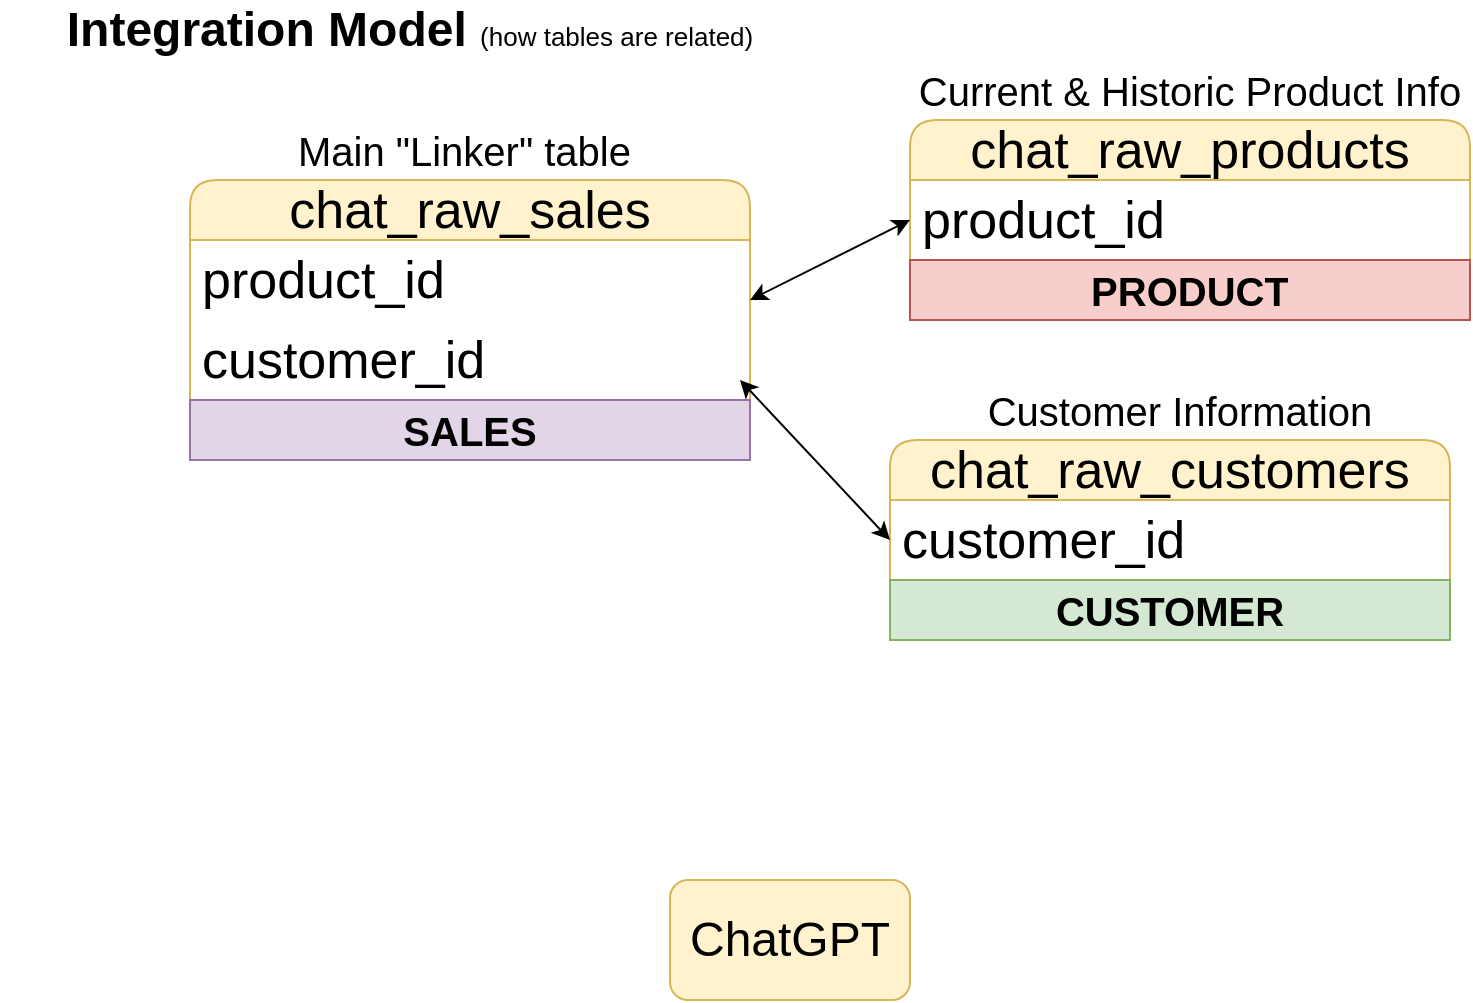
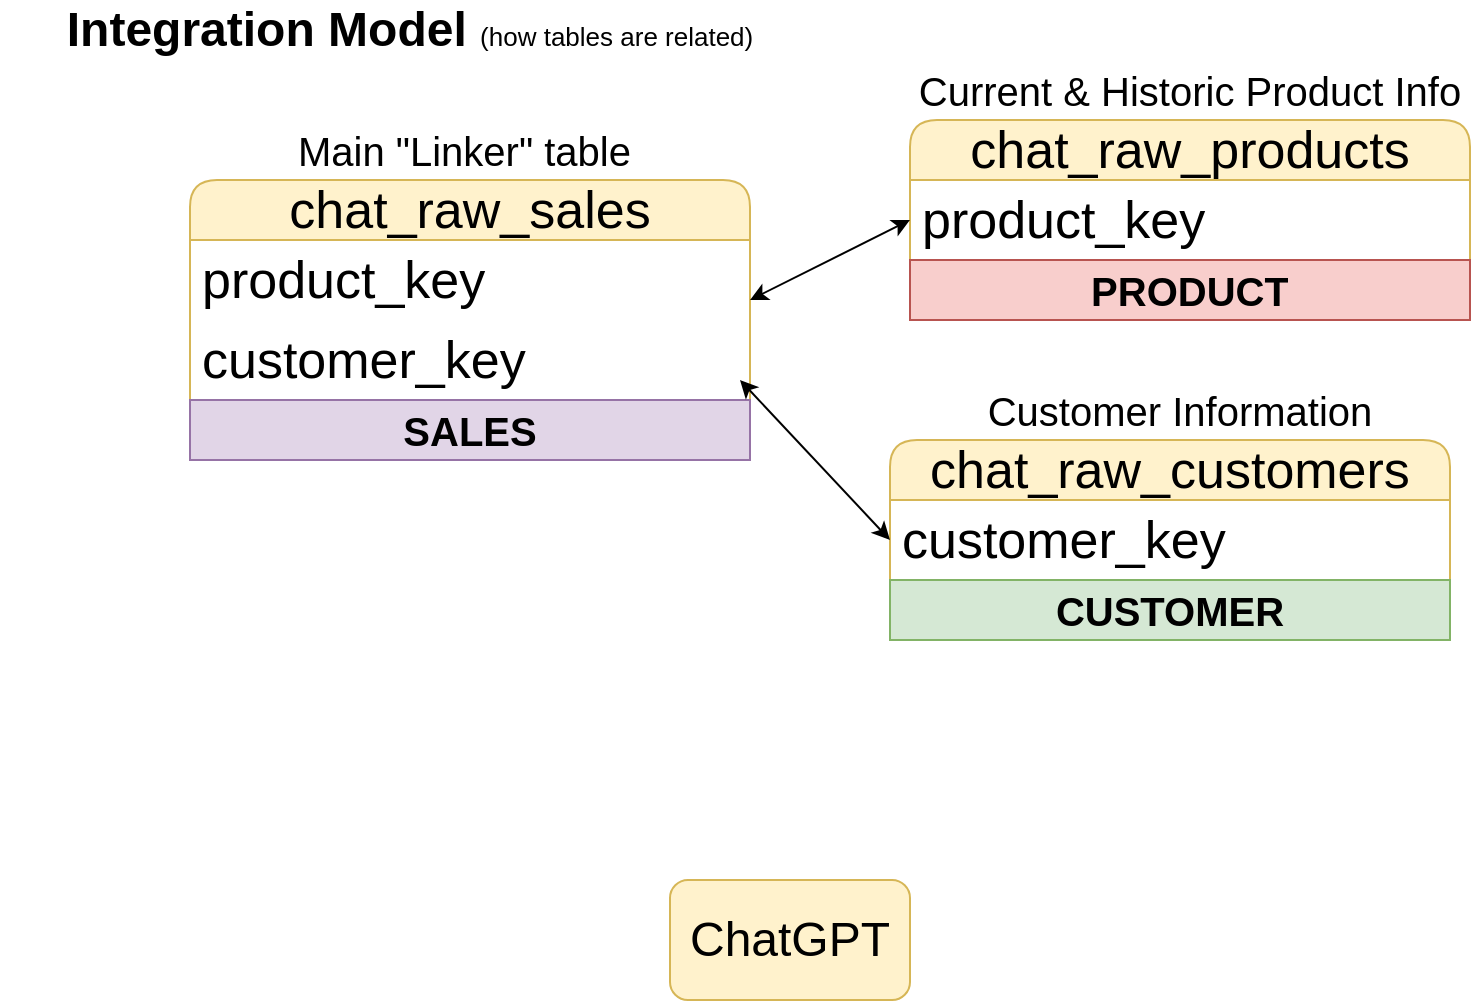
- <mxfile host="Electron" agent="Mozilla/5.0 (Macintosh; Intel Mac OS X 10_15_7) AppleWebKit/537.36 (KHTML, like Gecko) draw.io/29.6.1 Chrome/142.0.7444.265 Electron/39.8.0 Safari/537.36" version="29.6.1">
+ <mxfile host="Electron" agent="Mozilla/5.0 (Macintosh; Intel Mac OS X 10_15_7) AppleWebKit/537.36 (KHTML, like Gecko) draw.io/29.6.1 Chrome/142.0.7444.265 Electron/39.8.0 Safari/537.36">
  <diagram name="Page-1" id="X5jFtIh3g0ihGIwfyfR4">
-     <mxGraphModel dx="1826" dy="755" grid="1" gridSize="10" guides="1" tooltips="1" connect="1" arrows="1" fold="1" page="1" pageScale="1" pageWidth="850" pageHeight="1100" math="0" shadow="0">
+     <mxGraphModel dx="1784" dy="662" grid="1" gridSize="10" guides="1" tooltips="1" connect="1" arrows="1" fold="1" page="1" pageScale="1" pageWidth="850" pageHeight="1100" math="0" shadow="0">
      <root>
        <mxCell id="0" />
        <mxCell id="1" parent="0" />
        <mxCell id="F6hermqyTRYecKegR_UT-1" parent="1" style="text;html=1;whiteSpace=wrap;strokeColor=none;fillColor=none;align=center;verticalAlign=middle;rounded=0;" value="&lt;b&gt;&lt;font style=&quot;font-size: 24px;&quot;&gt;Integration Model&lt;/font&gt;&amp;nbsp;&amp;nbsp;&lt;/b&gt;&lt;font style=&quot;font-size: 13px;&quot;&gt;(how tables are related)&lt;/font&gt;" vertex="1">
          <mxGeometry height="30" width="410" x="-835" y="30" as="geometry" />
        </mxCell>
        <mxCell id="F6hermqyTRYecKegR_UT-2" parent="1" style="swimlane;fontStyle=0;childLayout=stackLayout;horizontal=1;startSize=30;horizontalStack=0;resizeParent=1;resizeParentMax=0;resizeLast=0;collapsible=1;marginBottom=0;whiteSpace=wrap;html=1;rounded=1;fillColor=#fff2cc;strokeColor=#d6b656;fontSize=26;" value="chat_raw_customers" vertex="1">
          <mxGeometry height="100" width="280" x="-390" y="250" as="geometry" />
        </mxCell>
-         <mxCell id="F6hermqyTRYecKegR_UT-3" parent="F6hermqyTRYecKegR_UT-2" style="text;strokeColor=none;fillColor=none;align=left;verticalAlign=middle;spacingLeft=4;spacingRight=4;overflow=hidden;points=[[0,0.5],[1,0.5]];portConstraint=eastwest;rotatable=0;whiteSpace=wrap;html=1;fontSize=26;" value="customer_id" vertex="1">
+         <mxCell id="F6hermqyTRYecKegR_UT-3" parent="F6hermqyTRYecKegR_UT-2" style="text;strokeColor=none;fillColor=none;align=left;verticalAlign=middle;spacingLeft=4;spacingRight=4;overflow=hidden;points=[[0,0.5],[1,0.5]];portConstraint=eastwest;rotatable=0;whiteSpace=wrap;html=1;fontSize=26;" value="customer_key" vertex="1">
          <mxGeometry height="40" width="280" y="30" as="geometry" />
        </mxCell>
        <mxCell id="FDF5SQFVBmZLx50z1Dbb-9" parent="F6hermqyTRYecKegR_UT-2" style="text;html=1;strokeColor=#82b366;fillColor=#d5e8d4;align=center;verticalAlign=middle;whiteSpace=wrap;overflow=hidden;fontSize=20;" value="&lt;b&gt;CUSTOMER&lt;/b&gt;" vertex="1">
          <mxGeometry height="30" width="280" y="70" as="geometry" />
        </mxCell>
        <mxCell id="F6hermqyTRYecKegR_UT-6" parent="1" style="text;html=1;whiteSpace=wrap;strokeColor=none;fillColor=none;align=center;verticalAlign=middle;rounded=0;" value="&lt;font style=&quot;font-size: 20px;&quot;&gt;Customer Information&lt;/font&gt;" vertex="1">
          <mxGeometry height="30" width="210" x="-350" y="220" as="geometry" />
        </mxCell>
        <mxCell id="F6hermqyTRYecKegR_UT-7" parent="1" style="swimlane;fontStyle=0;childLayout=stackLayout;horizontal=1;startSize=30;horizontalStack=0;resizeParent=1;resizeParentMax=0;resizeLast=0;collapsible=1;marginBottom=0;whiteSpace=wrap;html=1;rounded=1;fillColor=#fff2cc;strokeColor=#d6b656;fontSize=26;" value="chat_raw_products" vertex="1">
          <mxGeometry height="100" width="280" x="-380" y="90" as="geometry" />
        </mxCell>
-         <mxCell id="F6hermqyTRYecKegR_UT-8" parent="F6hermqyTRYecKegR_UT-7" style="text;strokeColor=none;fillColor=none;align=left;verticalAlign=middle;spacingLeft=4;spacingRight=4;overflow=hidden;points=[[0,0.5],[1,0.5]];portConstraint=eastwest;rotatable=0;whiteSpace=wrap;html=1;fontSize=26;" value="product_id" vertex="1">
+         <mxCell id="F6hermqyTRYecKegR_UT-8" parent="F6hermqyTRYecKegR_UT-7" style="text;strokeColor=none;fillColor=none;align=left;verticalAlign=middle;spacingLeft=4;spacingRight=4;overflow=hidden;points=[[0,0.5],[1,0.5]];portConstraint=eastwest;rotatable=0;whiteSpace=wrap;html=1;fontSize=26;" value="product_key" vertex="1">
          <mxGeometry height="40" width="280" y="30" as="geometry" />
        </mxCell>
        <mxCell id="FDF5SQFVBmZLx50z1Dbb-2" parent="F6hermqyTRYecKegR_UT-7" style="text;html=1;strokeColor=#b85450;fillColor=#f8cecc;align=center;verticalAlign=middle;whiteSpace=wrap;overflow=hidden;fontSize=20;" value="&lt;b&gt;PRODUCT&lt;/b&gt;" vertex="1">
          <mxGeometry height="30" width="280" y="70" as="geometry" />
        </mxCell>
        <mxCell id="F6hermqyTRYecKegR_UT-9" parent="1" style="text;html=1;whiteSpace=wrap;strokeColor=none;fillColor=none;align=center;verticalAlign=middle;rounded=0;" value="&lt;font style=&quot;font-size: 20px;&quot;&gt;Current &amp;amp; Historic Product Info&lt;/font&gt;" vertex="1">
          <mxGeometry height="30" width="280" x="-380" y="60" as="geometry" />
        </mxCell>
        <mxCell id="F6hermqyTRYecKegR_UT-10" parent="1" style="swimlane;fontStyle=0;childLayout=stackLayout;horizontal=1;startSize=30;horizontalStack=0;resizeParent=1;resizeParentMax=0;resizeLast=0;collapsible=1;marginBottom=0;whiteSpace=wrap;html=1;rounded=1;fillColor=#fff2cc;strokeColor=#d6b656;fontSize=26;" value="chat_raw_sales" vertex="1">
          <mxGeometry height="140" width="280" x="-740" y="120" as="geometry" />
        </mxCell>
-         <mxCell id="F6hermqyTRYecKegR_UT-20" parent="F6hermqyTRYecKegR_UT-10" style="text;strokeColor=none;fillColor=none;align=left;verticalAlign=middle;spacingLeft=4;spacingRight=4;overflow=hidden;points=[[0,0.5],[1,0.5]];portConstraint=eastwest;rotatable=0;whiteSpace=wrap;html=1;fontSize=26;" value="product_id" vertex="1">
+         <mxCell id="F6hermqyTRYecKegR_UT-20" parent="F6hermqyTRYecKegR_UT-10" style="text;strokeColor=none;fillColor=none;align=left;verticalAlign=middle;spacingLeft=4;spacingRight=4;overflow=hidden;points=[[0,0.5],[1,0.5]];portConstraint=eastwest;rotatable=0;whiteSpace=wrap;html=1;fontSize=26;" value="product_key" vertex="1">
          <mxGeometry height="40" width="280" y="30" as="geometry" />
        </mxCell>
-         <mxCell id="F6hermqyTRYecKegR_UT-11" parent="F6hermqyTRYecKegR_UT-10" style="text;strokeColor=none;fillColor=none;align=left;verticalAlign=middle;spacingLeft=4;spacingRight=4;overflow=hidden;points=[[0,0.5],[1,0.5]];portConstraint=eastwest;rotatable=0;whiteSpace=wrap;html=1;fontSize=26;" value="customer_id" vertex="1">
+         <mxCell id="F6hermqyTRYecKegR_UT-11" parent="F6hermqyTRYecKegR_UT-10" style="text;strokeColor=none;fillColor=none;align=left;verticalAlign=middle;spacingLeft=4;spacingRight=4;overflow=hidden;points=[[0,0.5],[1,0.5]];portConstraint=eastwest;rotatable=0;whiteSpace=wrap;html=1;fontSize=26;" value="customer_key" vertex="1">
          <mxGeometry height="40" width="280" y="70" as="geometry" />
        </mxCell>
        <mxCell id="FDF5SQFVBmZLx50z1Dbb-6" parent="F6hermqyTRYecKegR_UT-10" style="text;html=1;strokeColor=#9673a6;fillColor=#e1d5e7;align=center;verticalAlign=middle;whiteSpace=wrap;overflow=hidden;fontSize=20;" value="&lt;b&gt;SALES&lt;/b&gt;" vertex="1">
          <mxGeometry height="30" width="280" y="110" as="geometry" />
        </mxCell>
        <mxCell id="F6hermqyTRYecKegR_UT-19" parent="1" style="text;html=1;whiteSpace=wrap;strokeColor=none;fillColor=none;align=center;verticalAlign=middle;rounded=0;" value="&lt;font style=&quot;font-size: 20px;&quot;&gt;Main &quot;Linker&quot; table&amp;nbsp;&lt;/font&gt;" vertex="1">
          <mxGeometry height="30" width="280" x="-740" y="90" as="geometry" />
        </mxCell>
        <mxCell id="QycmpJlnN-nrmGJoCuCo-20" parent="1" style="rounded=1;whiteSpace=wrap;html=1;fillColor=#fff2cc;strokeColor=#d6b656;" value="&lt;font style=&quot;font-size: 24px;&quot;&gt;ChatGPT&lt;/font&gt;" vertex="1">
          <mxGeometry height="60" width="120" x="-500" y="470" as="geometry" />
        </mxCell>
        <mxCell id="CS7HNxjfDhs68OWjvbs_-2" edge="1" parent="1" style="endArrow=classic;startArrow=classic;html=1;rounded=0;entryX=0;entryY=0.5;entryDx=0;entryDy=0;" target="F6hermqyTRYecKegR_UT-8" value="">
          <mxGeometry height="50" relative="1" width="50" as="geometry">
            <mxPoint x="-460" y="180" as="sourcePoint" />
            <mxPoint x="-410" y="130" as="targetPoint" />
          </mxGeometry>
        </mxCell>
        <mxCell id="CS7HNxjfDhs68OWjvbs_-3" edge="1" parent="1" style="endArrow=classic;startArrow=classic;html=1;rounded=0;entryX=0;entryY=0.5;entryDx=0;entryDy=0;" target="F6hermqyTRYecKegR_UT-3" value="">
          <mxGeometry height="50" relative="1" width="50" as="geometry">
            <mxPoint x="-465" y="220" as="sourcePoint" />
            <mxPoint x="-415" y="170" as="targetPoint" />
          </mxGeometry>
        </mxCell>
      </root>
    </mxGraphModel>
  </diagram>
</mxfile>
+ 
+   </diagram>
+ </mxfile>
